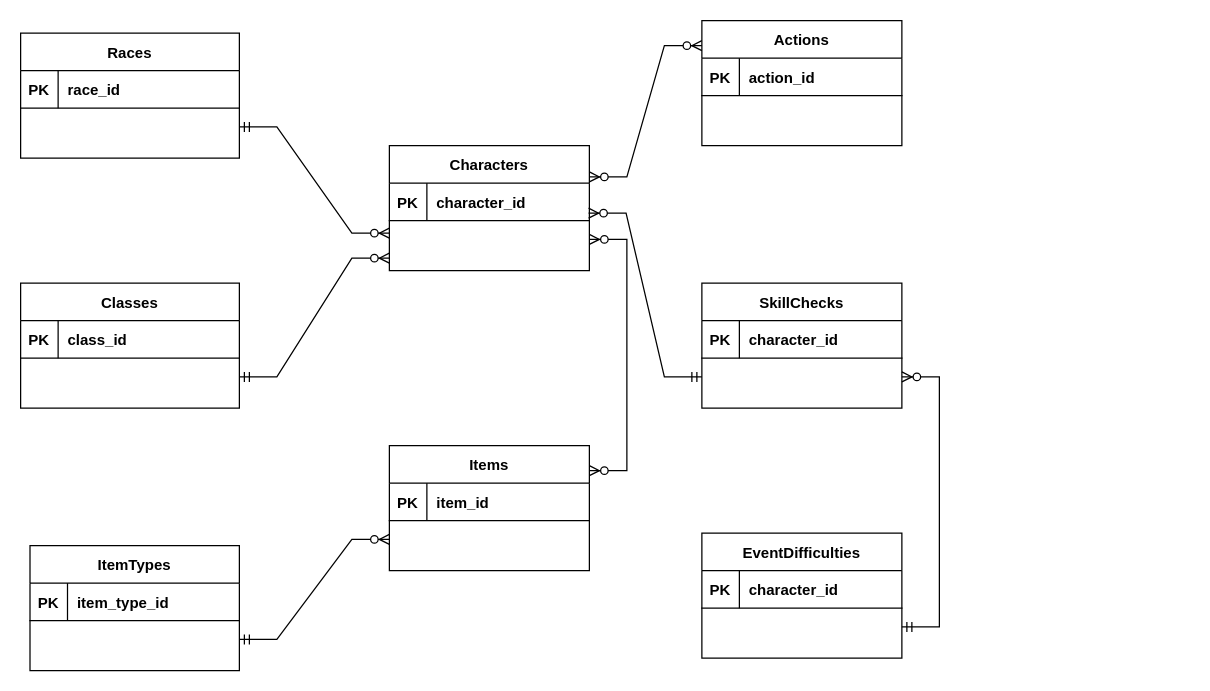
Above: Entity Relationship Diagram.drawio in LeanBark/cs_340Project (draw.io), before the change. Source tidied: cells renumbered, new cells numbered last; positions are measured from the earlier drawing's top-left corner, leaving out a move shared by most shapes. Both pictures are drawn from the tidied source at 125%, with x=0, y=0 at pixel (20, 20).
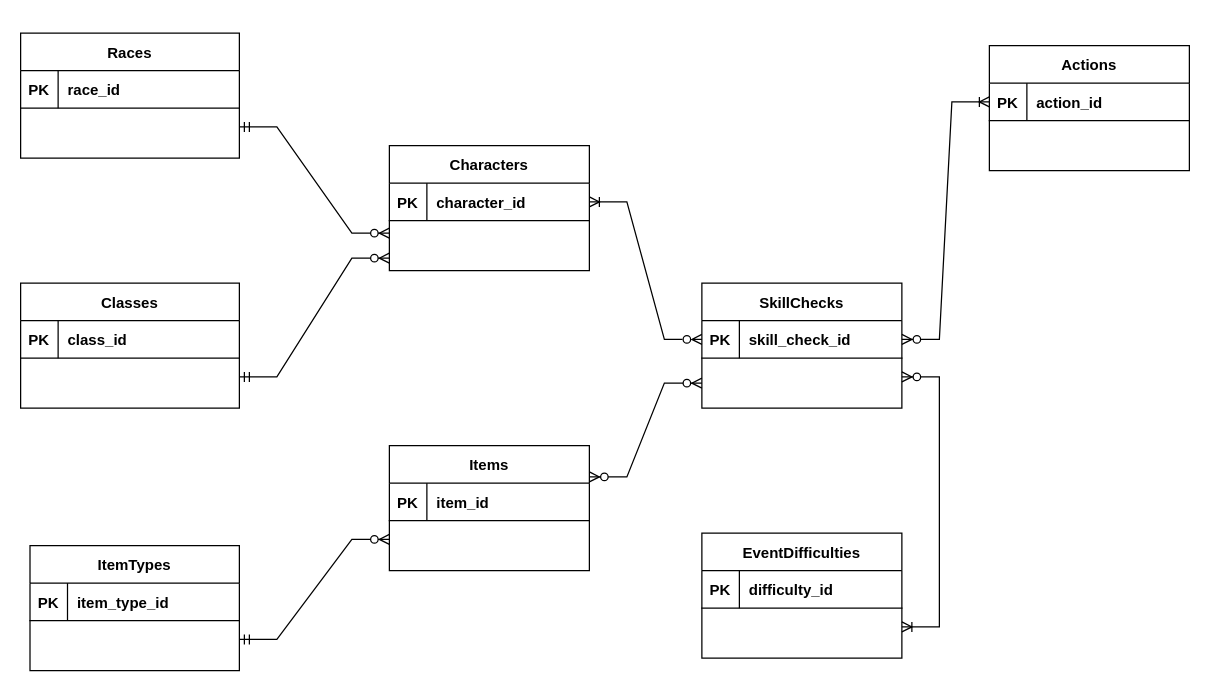
Above is the later version.

Unchanged cells that the change refers to:
```xml
<mxCell id="2" value="Characters" style="shape=table;startSize=30;childLayout=tableLayout;rowLines=0;fontStyle=1;align=center;" parent="1" vertex="1">
  <mxGeometry x="295" y="100" width="160" height="100" as="geometry" />
</mxCell>
<mxCell id="3" style="shape=partialRectangle;fillColor=none;points=[[0,0.5],[1,0.5]];portConstraint=eastwest;top=0;left=0;right=0;bottom=1;" parent="2" vertex="1">
  <mxGeometry y="30" width="160" height="30" as="geometry" />
</mxCell>
<mxCell id="15" style="shape=partialRectangle;fillColor=none;points=[[0,0.5],[1,0.5]];portConstraint=eastwest;top=0;left=0;right=0;bottom=1;" parent="14" vertex="1">
  <mxGeometry y="30" width="160" height="30" as="geometry" />
</mxCell>
<mxCell id="18" value="SkillChecks" style="shape=table;startSize=30;childLayout=tableLayout;rowLines=0;fontStyle=1;align=center;" parent="1" vertex="1">
  <mxGeometry x="545" y="210" width="160" height="100" as="geometry" />
</mxCell>
<mxCell id="19" style="shape=partialRectangle;fillColor=none;points=[[0,0.5],[1,0.5]];portConstraint=eastwest;top=0;left=0;right=0;bottom=1;" parent="18" vertex="1">
  <mxGeometry y="30" width="160" height="30" as="geometry" />
</mxCell>
<mxCell id="22" value="EventDifficulties" style="shape=table;startSize=30;childLayout=tableLayout;rowLines=0;fontStyle=1;align=center;" parent="1" vertex="1">
  <mxGeometry x="545" y="410" width="160" height="100" as="geometry" />
</mxCell>
<mxCell id="23" style="shape=partialRectangle;fillColor=none;top=0;left=0;right=0;bottom=1;" parent="22" vertex="1">
  <mxGeometry y="30" width="160" height="30" as="geometry" />
</mxCell>
```

Diff of the diagram source:
```diff
@@
     <mxCell id="14" value="Actions" style="shape=table;startSize=30;childLayout=tableLayout;rowLines=0;fontStyle=1;align=center;" parent="1" vertex="1">
-      <mxGeometry x="545" width="160" height="100" as="geometry" />
+      <mxGeometry x="775" y="20" width="160" height="100" as="geometry" />
     </mxCell>
@@
-    <mxCell id="21" value="character_id" style="shape=partialRectangle;overflow=hidden;fillColor=none;top=0;left=0;bottom=0;right=0;align=left;spacingLeft=6;fontStyle=1;" parent="19" vertex="1">
+    <mxCell id="21" value="skill_check_id" style="shape=partialRectangle;overflow=hidden;fillColor=none;top=0;left=0;bottom=0;right=0;align=left;spacingLeft=6;fontStyle=1;" parent="19" vertex="1">
       <mxGeometry x="30" width="130" height="30" as="geometry" />
     </mxCell>
@@
-    <mxCell id="25" value="character_id" style="shape=partialRectangle;overflow=hidden;fillColor=none;top=0;left=0;bottom=0;right=0;align=left;spacingLeft=6;fontStyle=1;" parent="23" vertex="1">
+    <mxCell id="25" value="difficulty_id" style="shape=partialRectangle;overflow=hidden;fillColor=none;top=0;left=0;bottom=0;right=0;align=left;spacingLeft=6;fontStyle=1;" parent="23" vertex="1">
       <mxGeometry x="30" width="130" height="30" as="geometry" />
     </mxCell>
@@
-    <mxCell id="37" style="edgeStyle=entityRelationEdgeStyle;fontSize=12;html=1;endArrow=ERzeroToMany;startArrow=ERmandOne;rounded=0;entryX=1;entryY=0.75;entryDx=0;entryDy=0;exitX=1;exitY=0.75;exitDx=0;exitDy=0;" parent="1" edge="1" source="22" target="18">
+    <mxCell id="37" style="edgeStyle=entityRelationEdgeStyle;fontSize=12;html=1;endArrow=ERzeroToMany;startArrow=ERoneToMany;rounded=0;entryX=1;entryY=0.75;entryDx=0;entryDy=0;exitX=1;exitY=0.75;exitDx=0;exitDy=0;startFill=0;" parent="1" edge="1" source="22" target="18">
       <mxGeometry relative="1" as="geometry" />
     </mxCell>
-    <mxCell id="38" style="edgeStyle=entityRelationEdgeStyle;fontSize=12;html=1;endArrow=ERzeroToMany;startArrow=ERmandOne;rounded=0;exitX=0;exitY=0.75;exitDx=0;exitDy=0;entryX=0.996;entryY=0.8;entryDx=0;entryDy=0;entryPerimeter=0;" parent="1" edge="1" source="18" target="3">
-      <mxGeometry relative="1" as="geometry" />
-    </mxCell>
-    <mxCell id="39" style="edgeStyle=entityRelationEdgeStyle;fontSize=12;html=1;endArrow=ERzeroToMany;endFill=1;startArrow=ERzeroToMany;rounded=0;entryX=1;entryY=0.75;entryDx=0;entryDy=0;" parent="1" edge="1" target="2">
+    <mxCell id="39" style="edgeStyle=entityRelationEdgeStyle;fontSize=12;html=1;endArrow=ERzeroToMany;endFill=1;startArrow=ERzeroToMany;rounded=0;entryX=0;entryY=0.75;entryDx=0;entryDy=0;" parent="1" edge="1">
       <mxGeometry relative="1" as="geometry">
-        <mxPoint x="455" y="360" as="sourcePoint" />
+        <mxPoint x="455" y="365" as="sourcePoint" />
+        <mxPoint x="545" y="290" as="targetPoint" />
         <Array as="points">
-          <mxPoint x="415" y="310" />
-          <mxPoint x="400" y="320" />
+          <mxPoint x="415" y="315" />
+          <mxPoint x="400" y="325" />
         </Array>
       </mxGeometry>
     </mxCell>
-    <mxCell id="40" style="edgeStyle=entityRelationEdgeStyle;fontSize=12;html=1;endArrow=ERzeroToMany;endFill=1;startArrow=ERzeroToMany;rounded=0;entryX=0;entryY=0.2;entryDx=0;entryDy=0;entryPerimeter=0;exitX=1;exitY=0.25;exitDx=0;exitDy=0;" parent="1" edge="1" source="2" target="14">
+    <mxCell id="40" style="edgeStyle=entityRelationEdgeStyle;fontSize=12;html=1;endArrow=ERoneToMany;endFill=0;startArrow=ERzeroToMany;rounded=0;exitX=1;exitY=0.5;exitDx=0;exitDy=0;entryX=0;entryY=0.5;entryDx=0;entryDy=0;" parent="1" edge="1" source="19" target="15">
       <mxGeometry relative="1" as="geometry">
         <Array as="points">
-          <mxPoint x="565" y="110" />
+          <mxPoint x="755" y="60" />
         </Array>
       </mxGeometry>
     </mxCell>
+    <mxCell id="41" style="edgeStyle=entityRelationEdgeStyle;fontSize=12;html=1;endArrow=ERzeroToMany;endFill=0;startArrow=ERoneToMany;rounded=0;entryX=0;entryY=0.5;entryDx=0;entryDy=0;exitX=1;exitY=0.5;exitDx=0;exitDy=0;startFill=0;" parent="1" edge="1" source="3" target="19">
+      <mxGeometry relative="1" as="geometry">
+        <Array as="points">
+          <mxPoint x="465" y="85" />
+          <mxPoint x="450" y="95" />
+        </Array>
+      </mxGeometry>
+    </mxCell>
```
